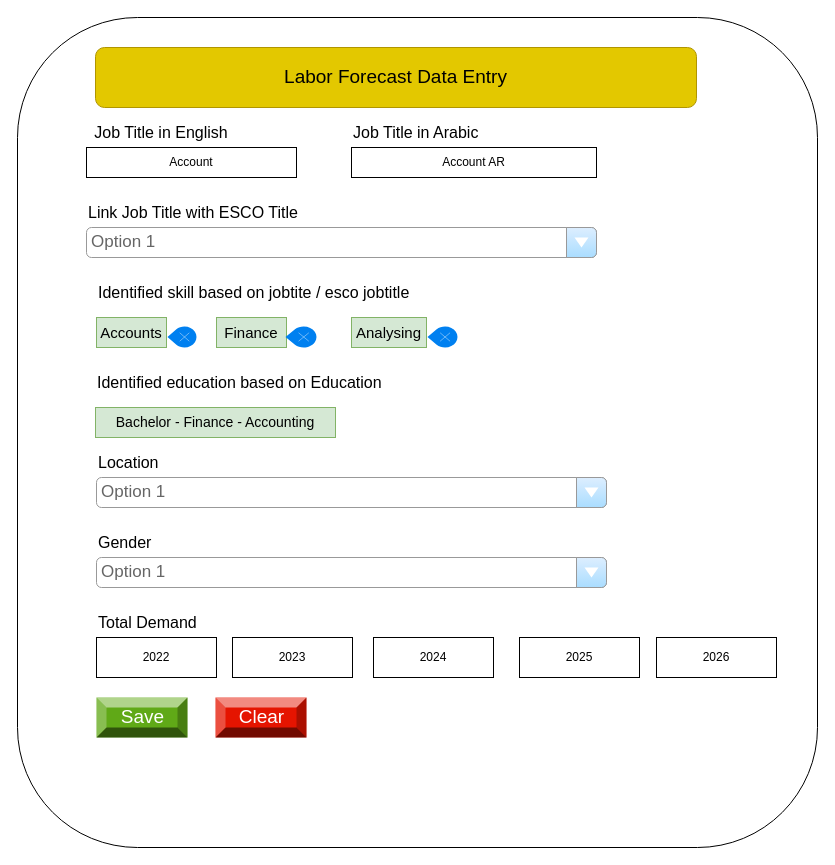
The draw.io diagram forecast.drawio in Adityacs001/snippet, before the edit. Source tidied: cells renumbered, new cells numbered last; positions are measured from the earlier drawing's top-left corner, leaving out a move shared by most shapes. Both pictures are drawn from the tidied source at 100%, with x=0, y=0 at pixel (17, 17).
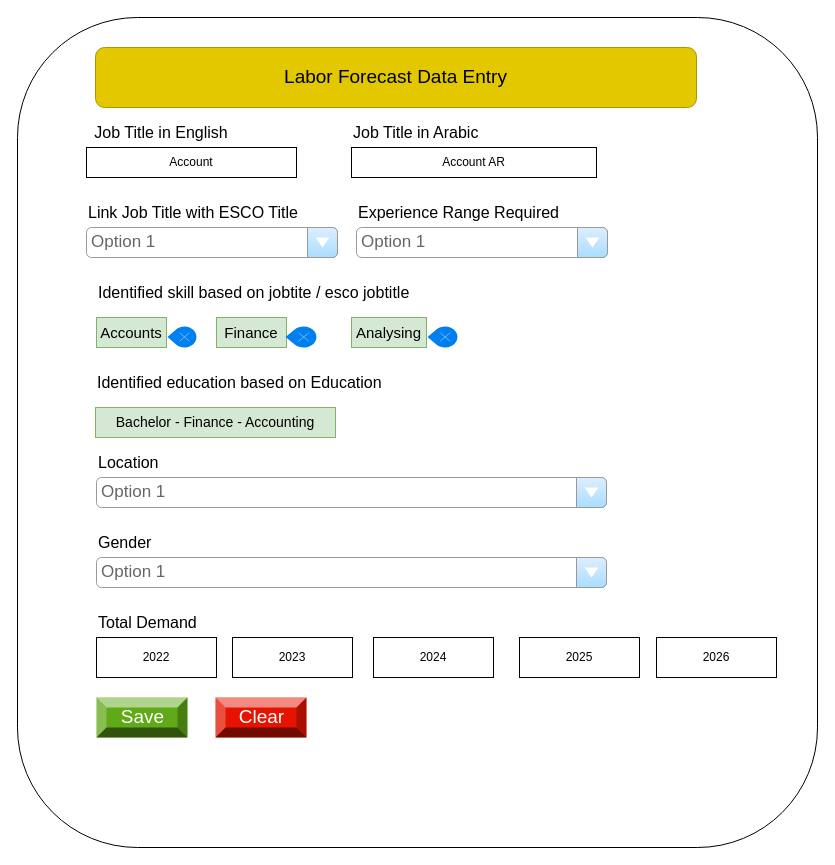
After the change.

Change to the diagram source:
```diff
@@
     <mxCell id="12" value="Option 1" style="strokeWidth=1;shadow=0;dashed=0;align=center;html=1;shape=mxgraph.mockup.forms.comboBox;strokeColor=#999999;fillColor=#ddeeff;align=left;fillColor2=#aaddff;mainText=;fontColor=#666666;fontSize=17;spacingLeft=3;" parent="1" vertex="1">
-      <mxGeometry x="69" y="210" width="510" height="30" as="geometry" />
+      <mxGeometry x="69" y="210" width="251" height="30" as="geometry" />
     </mxCell>
@@
+    <mxCell id="31" value="&lt;font style=&quot;font-size: 16px&quot;&gt;Experience Range Required&lt;/font&gt;" style="text;html=1;strokeColor=none;fillColor=none;align=left;verticalAlign=middle;whiteSpace=wrap;rounded=0;" parent="1" vertex="1">
+      <mxGeometry x="339" y="180" width="240" height="30" as="geometry" />
+    </mxCell>
+    <mxCell id="32" value="Option 1" style="strokeWidth=1;shadow=0;dashed=0;align=center;html=1;shape=mxgraph.mockup.forms.comboBox;strokeColor=#999999;fillColor=#ddeeff;align=left;fillColor2=#aaddff;mainText=;fontColor=#666666;fontSize=17;spacingLeft=3;" parent="1" vertex="1">
+      <mxGeometry x="339" y="210" width="251" height="30" as="geometry" />
+    </mxCell>
```
